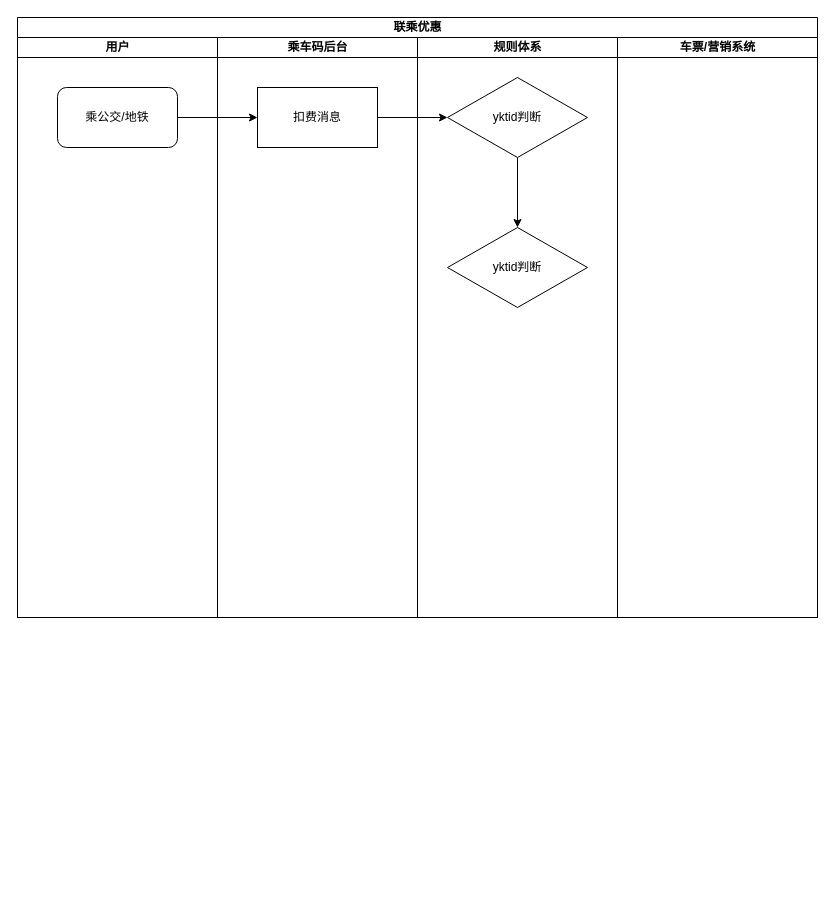
Earlier version of the draw.io diagram 联乘优惠-流程.drawio (JiangruiLiu/draw.io). Source tidied: cells renumbered, new cells numbered last; positions are measured from the earlier drawing's top-left corner, leaving out a move shared by most shapes. Both pictures are drawn from the tidied source at 100%, with x=0, y=0 at pixel (17, 17).
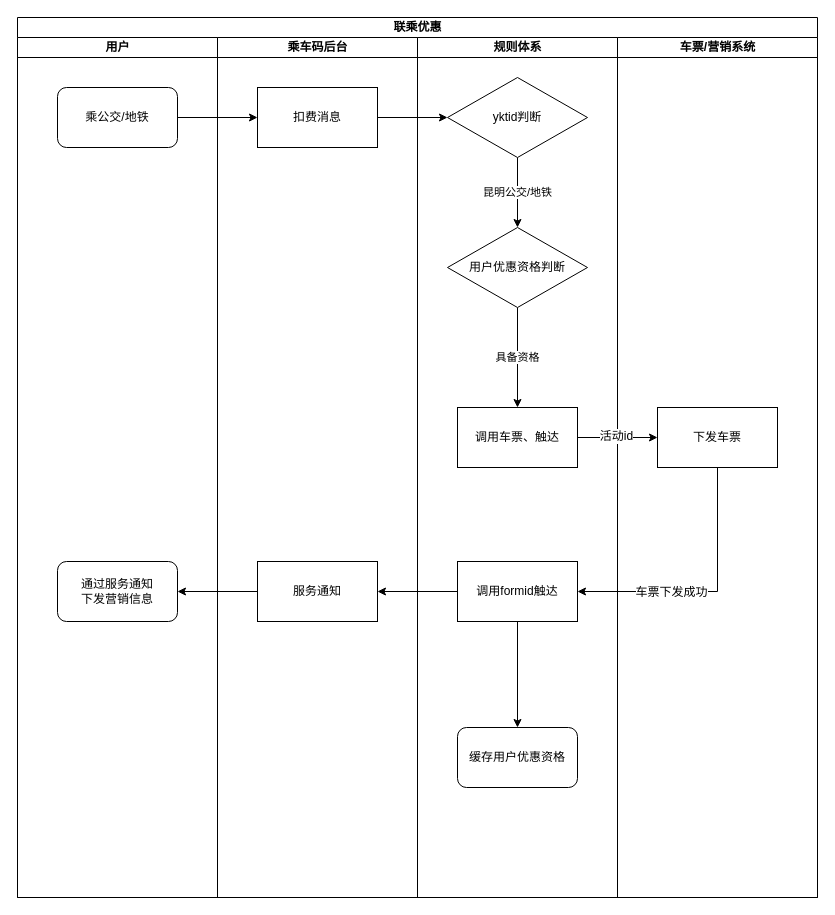
The same page after the edit.

Commit message (it also covers changes not shown here):
更新联乘优惠-流程.drawio

The change refers to these unchanged cells:
```xml
<mxCell id="9" value="yktid判断" style="rhombus;whiteSpace=wrap;html=1;" parent="7" vertex="1">
  <mxGeometry x="30" y="40" width="140" height="80" as="geometry" />
</mxCell>
```

The edit, as a diff of the source:
```diff
@@
     <mxCell id="2" value="联乘优惠" style="swimlane;html=1;startSize=20;" parent="1" vertex="1">
-      <mxGeometry width="800" height="600" as="geometry" />
+      <mxGeometry width="800" height="880" as="geometry" />
     </mxCell>
     <mxCell id="3" value="用户" style="swimlane;html=1;startSize=20;" parent="2" vertex="1">
-      <mxGeometry y="20" width="200" height="580" as="geometry" />
+      <mxGeometry y="20" width="200" height="860" as="geometry" />
     </mxCell>
@@
+    <mxCell id="14" value="通过服务通知&lt;br&gt;下发营销信息" style="rounded=1;whiteSpace=wrap;html=1;" parent="3" vertex="1">
+      <mxGeometry x="40" y="524" width="120" height="60" as="geometry" />
+    </mxCell>
     <mxCell id="5" value="乘车码后台" style="swimlane;html=1;startSize=20;" parent="2" vertex="1">
-      <mxGeometry x="200" y="20" width="200" height="580" as="geometry" />
+      <mxGeometry x="200" y="20" width="200" height="860" as="geometry" />
     </mxCell>
@@
+    <mxCell id="15" value="服务通知" style="rounded=0;whiteSpace=wrap;html=1;" parent="5" vertex="1">
+      <mxGeometry x="40" y="524" width="120" height="60" as="geometry" />
+    </mxCell>
     <mxCell id="7" value="规则体系" style="swimlane;html=1;startSize=20;" parent="2" vertex="1">
-      <mxGeometry x="400" y="20" width="200" height="580" as="geometry" />
+      <mxGeometry x="400" y="20" width="200" height="860" as="geometry" />
     </mxCell>
-    <mxCell id="8" style="edgeStyle=orthogonalEdgeStyle;rounded=0;jettySize=auto;html=1;exitX=0.5;exitY=1;exitDx=0;exitDy=0;entryX=0.5;entryY=0;entryDx=0;entryDy=0;" parent="7" edge="1" source="9" target="10">
+    <mxCell id="8" value="昆明公交/地铁" style="edgeStyle=orthogonalEdgeStyle;rounded=0;jettySize=auto;html=1;exitX=0.5;exitY=1;exitDx=0;exitDy=0;entryX=0.5;entryY=0;entryDx=0;entryDy=0;" parent="7" edge="1" source="9" target="10">
       <mxGeometry relative="1" as="geometry" />
     </mxCell>
@@
+    <mxCell id="16" value="具备资格" style="edgeStyle=orthogonalEdgeStyle;rounded=0;jettySize=auto;html=1;exitX=0.5;exitY=1;exitDx=0;exitDy=0;entryX=0.5;entryY=0;entryDx=0;entryDy=0;" parent="7" edge="1" source="10" target="17">
+      <mxGeometry relative="1" as="geometry" />
+    </mxCell>
-    <mxCell id="10" value="yktid判断" style="rhombus;whiteSpace=wrap;html=1;" parent="7" vertex="1">
+    <mxCell id="10" value="用户优惠资格判断" style="rhombus;whiteSpace=wrap;html=1;" parent="7" vertex="1">
       <mxGeometry x="30" y="190" width="140" height="80" as="geometry" />
     </mxCell>
+    <mxCell id="17" value="调用车票、触达" style="rounded=0;whiteSpace=wrap;html=1;" parent="7" vertex="1">
+      <mxGeometry x="40" y="370" width="120" height="60" as="geometry" />
+    </mxCell>
+    <mxCell id="18" style="edgeStyle=orthogonalEdgeStyle;rounded=0;jettySize=auto;html=1;exitX=0.5;exitY=1;exitDx=0;exitDy=0;entryX=0.5;entryY=0;entryDx=0;entryDy=0;" parent="7" edge="1" source="19" target="20">
+      <mxGeometry relative="1" as="geometry" />
+    </mxCell>
+    <mxCell id="19" value="调用formid触达" style="rounded=0;whiteSpace=wrap;html=1;" parent="7" vertex="1">
+      <mxGeometry x="40" y="524" width="120" height="60" as="geometry" />
+    </mxCell>
+    <mxCell id="20" value="缓存用户优惠资格" style="rounded=1;whiteSpace=wrap;html=1;" parent="7" vertex="1">
+      <mxGeometry x="40" y="690" width="120" height="60" as="geometry" />
+    </mxCell>
     <mxCell id="11" value="车票/营销系统" style="swimlane;html=1;startSize=20;" parent="2" vertex="1">
-      <mxGeometry x="600" y="20" width="200" height="580" as="geometry" />
+      <mxGeometry x="600" y="20" width="200" height="860" as="geometry" />
     </mxCell>
+    <mxCell id="21" value="下发车票" style="rounded=0;whiteSpace=wrap;html=1;" parent="11" vertex="1">
+      <mxGeometry x="40" y="370" width="120" height="60" as="geometry" />
+    </mxCell>
@@
+    <mxCell id="22" style="edgeStyle=orthogonalEdgeStyle;rounded=0;jettySize=auto;html=1;exitX=1;exitY=0.5;exitDx=0;exitDy=0;entryX=0;entryY=0.5;entryDx=0;entryDy=0;" parent="2" edge="1" source="17" target="21">
+      <mxGeometry relative="1" as="geometry" />
+    </mxCell>
+    <mxCell id="23" value="活动id" style="text;html=1;align=center;verticalAlign=middle;labelBackgroundColor=#ffffff;" parent="22" vertex="1">
+      <mxGeometry x="-0.05" y="2" relative="1" as="geometry" />
+    </mxCell>
+    <mxCell id="24" style="edgeStyle=orthogonalEdgeStyle;rounded=0;jettySize=auto;html=1;exitX=0.5;exitY=1;exitDx=0;exitDy=0;entryX=1;entryY=0.5;entryDx=0;entryDy=0;" parent="2" edge="1" source="21" target="19">
+      <mxGeometry relative="1" as="geometry" />
+    </mxCell>
+    <mxCell id="25" value="车票下发成功" style="text;html=1;align=center;verticalAlign=middle;labelBackgroundColor=#ffffff;" parent="24" vertex="1">
+      <mxGeometry x="-0.06" y="-47" relative="1" as="geometry">
+        <mxPoint x="-47" y="47" as="offset" />
+      </mxGeometry>
+    </mxCell>
+    <mxCell id="26" style="edgeStyle=orthogonalEdgeStyle;rounded=0;jettySize=auto;html=1;exitX=0;exitY=0.5;exitDx=0;exitDy=0;entryX=1;entryY=0.5;entryDx=0;entryDy=0;" parent="2" edge="1" source="19" target="15">
+      <mxGeometry relative="1" as="geometry" />
+    </mxCell>
+    <mxCell id="27" style="edgeStyle=orthogonalEdgeStyle;rounded=0;jettySize=auto;html=1;exitX=0;exitY=0.5;exitDx=0;exitDy=0;entryX=1;entryY=0.5;entryDx=0;entryDy=0;" parent="2" edge="1" source="15" target="14">
+      <mxGeometry relative="1" as="geometry" />
+    </mxCell>
```
